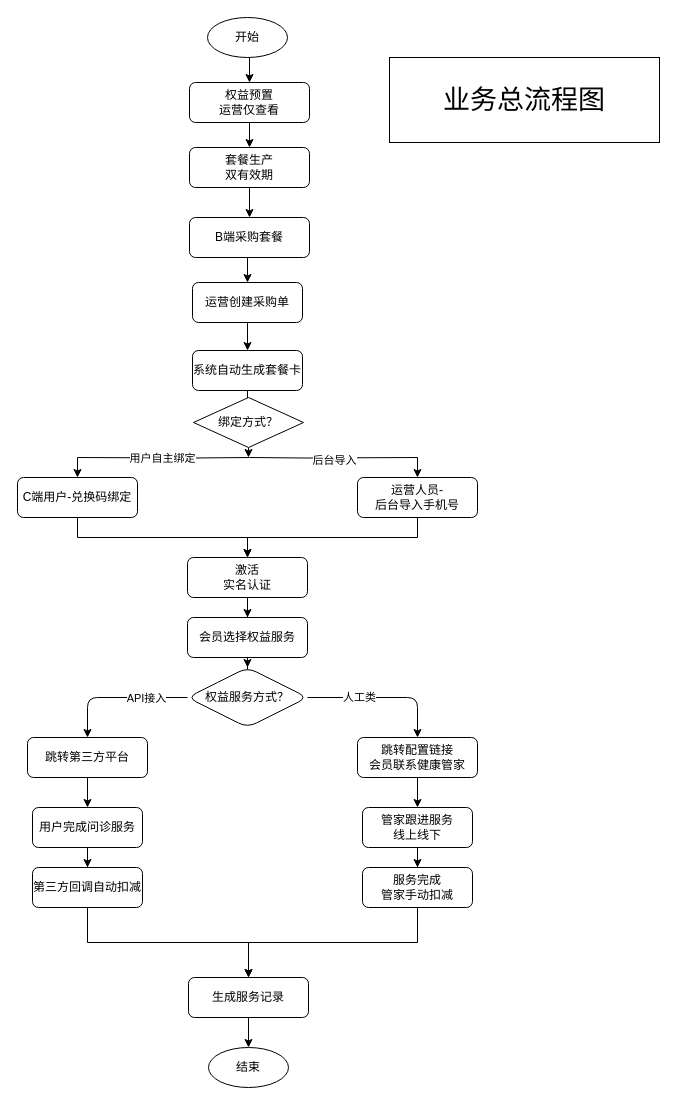
linya923/drawio keeps this draw.io diagram as page "业务总流程图" (1 of 2) of draw/未命名绘图.drawio. Above is the earlier version. Source tidied: cells renumbered, new cells numbered last; positions are measured from the earlier drawing's top-left corner, leaving out a move shared by most shapes. Both pictures are drawn from the tidied source at 100%, with x=0, y=0 at pixel (17, 17).
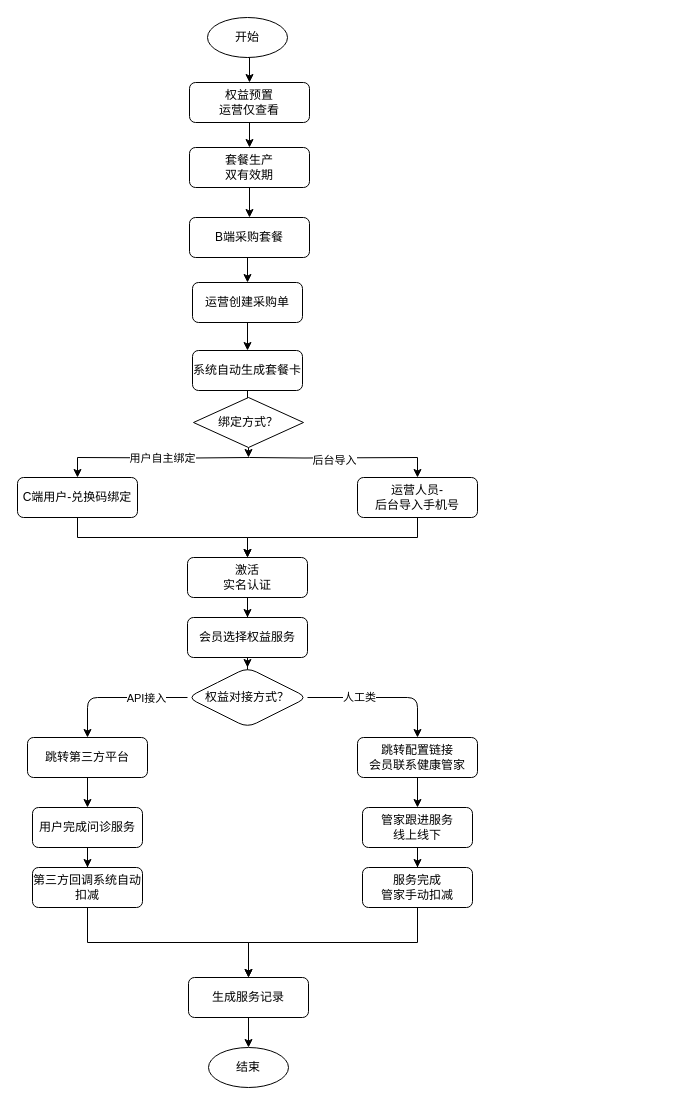
Above is the later version.

Commit message:
更新绑定与激活流程图.drawio

The edit, as a diff of the source:
```diff
@@
-    <mxCell id="33" value="第三方回调自动扣减" style="rounded=1;whiteSpace=wrap;html=1;roundedPerimeter=1;" parent="1" vertex="1">
+    <mxCell id="33" value="第三方回调系统自动扣减" style="rounded=1;whiteSpace=wrap;html=1;roundedPerimeter=1;" parent="1" vertex="1">
       <mxGeometry x="15" y="850" width="110" height="40" as="geometry" />
     </mxCell>
@@
-    <mxCell id="47" value="权益服务方式？" style="rhombus;whiteSpace=wrap;html=1;shapeInside=1;rounded=1;glass=0;strokeWidth=1;shadow=0;roundedPerimeter=1;" parent="1" vertex="1">
+    <mxCell id="47" value="权益对接方式？" style="rhombus;whiteSpace=wrap;html=1;shapeInside=1;rounded=1;glass=0;strokeWidth=1;shadow=0;roundedPerimeter=1;" parent="1" vertex="1">
       <mxGeometry x="170" y="650" width="120" height="60" as="geometry" />
     </mxCell>
-    <mxCell id="48" value="&lt;font style=&quot;font-size: 27px;&quot;&gt;业务总流程图&lt;/font&gt;" style="rounded=0;whiteSpace=wrap;html=1;" parent="1" vertex="1">
-      <mxGeometry x="372" y="40" width="270" height="85" as="geometry" />
-    </mxCell>
```
